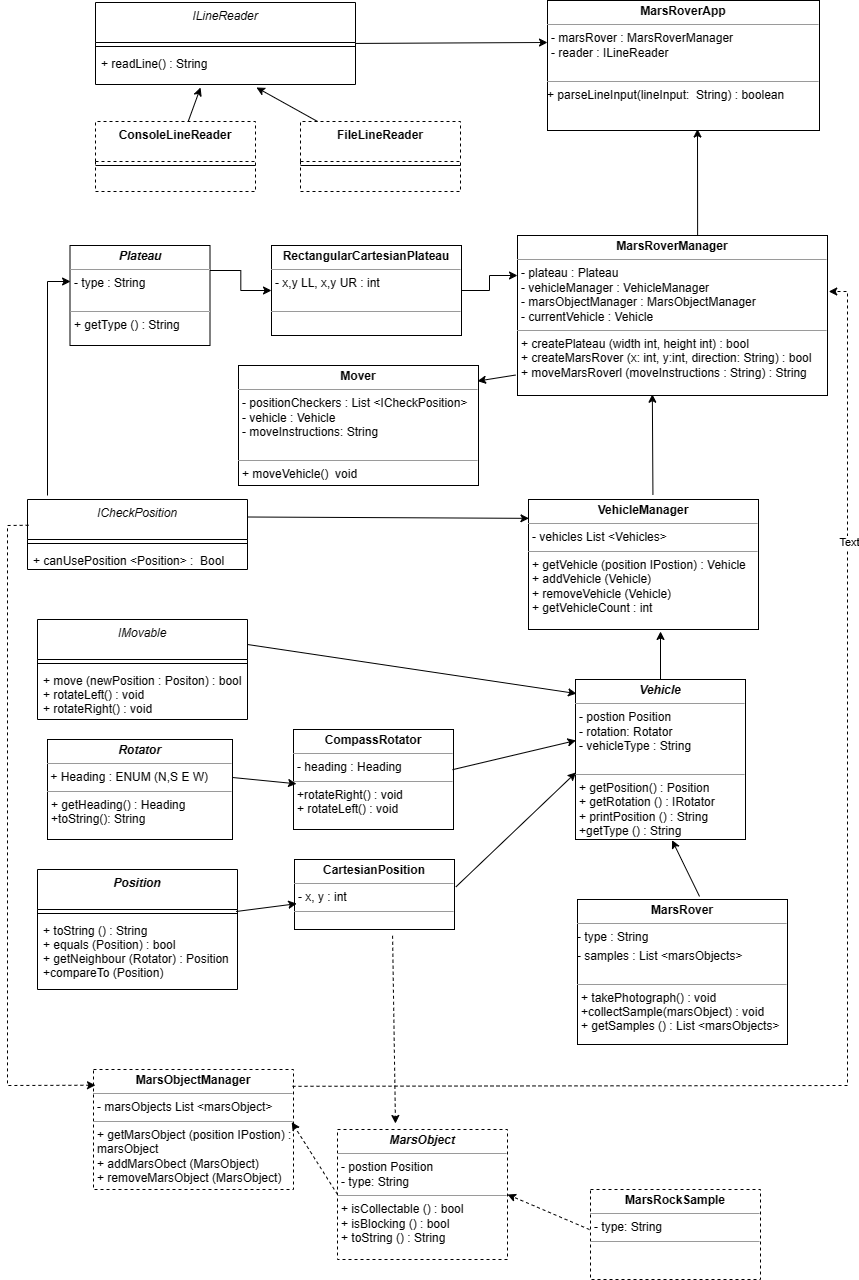
Above: Docs/Melody Mars Rover UML v3.png in adeyatz/melody-mars-rover-app (draw.io), before the change. Source tidied: cells renumbered, new cells last; positions are measured from the earlier drawing's top-left corner, leaving out a move shared by most shapes.
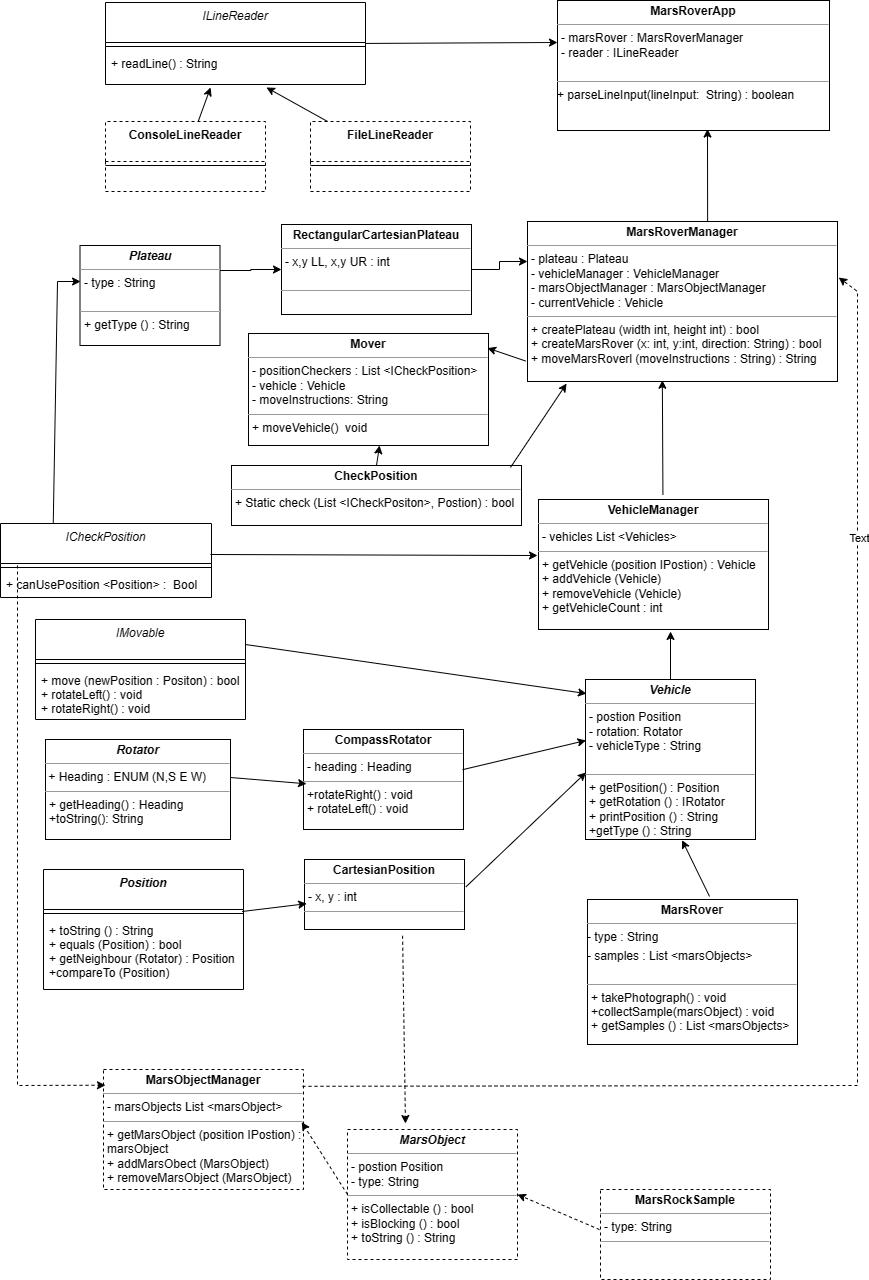
Above is the later version.

Commit message:
Mover(), CheckPosition(): Both classes implemented and tested. Other minor refactoring to aid testing

Diff of the diagram source:
```diff
@@ -6,10 +6,10 @@
       <mxGeometry relative="1" as="geometry" />
     </mxCell>
     <mxCell id="3" value="&lt;p style=&quot;margin:0px;margin-top:4px;text-align:center;&quot;&gt;&lt;b&gt;RectangularCartesianPlateau&lt;/b&gt;&lt;/p&gt;&lt;hr size=&quot;1&quot;&gt;&lt;p style=&quot;margin:0px;margin-left:4px;&quot;&gt;- x,y LL, x,y UR : int&lt;/p&gt;&lt;p style=&quot;margin:0px;margin-left:4px;&quot;&gt;&lt;br&gt;&lt;/p&gt;&lt;hr size=&quot;1&quot;&gt;&lt;p style=&quot;margin:0px;margin-left:4px;&quot;&gt;&lt;br&gt;&lt;/p&gt;" style="verticalAlign=top;align=left;overflow=fill;fontSize=12;fontFamily=Helvetica;html=1;whiteSpace=wrap;" parent="1" vertex="1">
-      <mxGeometry x="264" y="245" width="190" height="90" as="geometry" />
+      <mxGeometry x="264" y="224" width="190" height="90" as="geometry" />
     </mxCell>
     <mxCell id="4" value="Position" style="swimlane;fontStyle=3;align=center;verticalAlign=top;horizontal=1;startSize=40;rounded=0;shadow=0;strokeWidth=1;" parent="1" vertex="1">
-      <mxGeometry x="30" y="869" width="200" height="120" as="geometry" />
+      <mxGeometry x="26" y="869" width="200" height="120" as="geometry" />
     </mxCell>
     <mxCell id="5" style="line;html=1;strokeWidth=1;align=left;verticalAlign=middle;spacingTop=-1;spacingLeft=3;spacingRight=3;labelPosition=right;" parent="4" vertex="1">
       <mxGeometry y="40" width="200" height="8" as="geometry" />
@@ -30,7 +30,7 @@
       <mxGeometry x="568" y="679" width="170" height="160" as="geometry" />
     </mxCell>
     <mxCell id="11" value="&lt;p style=&quot;margin:0px;margin-top:4px;text-align:center;&quot;&gt;&lt;b&gt;MarsRoverManager&lt;/b&gt;&lt;/p&gt;&lt;hr size=&quot;1&quot;&gt;&lt;p style=&quot;margin:0px;margin-left:4px;&quot;&gt;- plateau : Plateau&lt;/p&gt;&lt;p style=&quot;margin:0px;margin-left:4px;&quot;&gt;- vehicleManager : VehicleManager&lt;br&gt;&lt;/p&gt;&lt;p style=&quot;margin:0px;margin-left:4px;&quot;&gt;- marsObjectManager : MarsObjectManager&lt;/p&gt;&lt;p style=&quot;margin:0px;margin-left:4px;&quot;&gt;- currentVehicle : Vehicle&lt;/p&gt;&lt;hr size=&quot;1&quot;&gt;&lt;p style=&quot;margin:0px;margin-left:4px;&quot;&gt;+ createPlateau (width int, height int) : bool&lt;/p&gt;&lt;p style=&quot;margin:0px;margin-left:4px;&quot;&gt;+ createMarsRover (x: int, y:int, direction: String) : bool&lt;/p&gt;&lt;p style=&quot;margin:0px;margin-left:4px;&quot;&gt;+ moveMarsRoverl (moveInstructions : String) : String&lt;/p&gt;" style="verticalAlign=top;align=left;overflow=fill;fontSize=12;fontFamily=Helvetica;html=1;whiteSpace=wrap;" parent="1" vertex="1">
-      <mxGeometry x="510" y="235" width="310" height="160" as="geometry" />
+      <mxGeometry x="510" y="221" width="310" height="160" as="geometry" />
     </mxCell>
     <mxCell id="12" style="endArrow=classic;html=1;rounded=0;exitX=0.541;exitY=-0.035;exitDx=0;exitDy=0;exitPerimeter=0;entryX=0.435;entryY=0.992;entryDx=0;entryDy=0;entryPerimeter=0;" parent="1" edge="1" source="9" target="11">
       <mxGeometry relative="1" as="geometry" />
@@ -77,16 +77,16 @@
       <mxGeometry relative="1" as="geometry" />
     </mxCell>
     <mxCell id="25" value="ICheckPosition" style="swimlane;fontStyle=2;align=center;verticalAlign=top;horizontal=1;startSize=40;rounded=0;shadow=0;strokeWidth=1;" parent="1" vertex="1">
-      <mxGeometry x="20" y="499" width="220" height="70" as="geometry" />
+      <mxGeometry x="-17" y="523" width="211" height="74" as="geometry" />
     </mxCell>
     <mxCell id="26" style="line;html=1;strokeWidth=1;align=left;verticalAlign=middle;spacingTop=-1;spacingLeft=3;spacingRight=3;labelPosition=right;" parent="25" vertex="1">
-      <mxGeometry y="40" width="220" height="8" as="geometry" />
+      <mxGeometry y="40" width="211" height="8" as="geometry" />
     </mxCell>
     <mxCell id="27" value="+ canUsePosition &lt;Position&gt; :  Bool" style="text;align=left;verticalAlign=top;spacingLeft=4;spacingRight=4;overflow=hidden;" parent="25" vertex="1">
-      <mxGeometry y="48" width="220" height="22" as="geometry" />
+      <mxGeometry y="48" width="211" height="22" as="geometry" />
     </mxCell>
     <mxCell id="28" value="IMovable" style="swimlane;fontStyle=2;align=center;verticalAlign=top;horizontal=1;startSize=40;rounded=0;shadow=0;strokeWidth=1;" parent="1" vertex="1">
-      <mxGeometry x="30" y="619" width="210" height="100" as="geometry" />
+      <mxGeometry x="18" y="619" width="210" height="100" as="geometry" />
     </mxCell>
     <mxCell id="29" style="line;html=1;strokeWidth=1;align=left;verticalAlign=middle;spacingTop=-1;spacingLeft=3;spacingRight=3;labelPosition=right;" parent="28" vertex="1">
       <mxGeometry y="40" width="210" height="8" as="geometry" />
@@ -97,9 +97,6 @@
     <mxCell id="31" style="endArrow=classic;html=1;rounded=0;exitX=1;exitY=0.25;exitDx=0;exitDy=0;entryX=0.006;entryY=0.088;entryDx=0;entryDy=0;entryPerimeter=0;" parent="1" edge="1" source="28" target="10">
       <mxGeometry relative="1" as="geometry" />
     </mxCell>
-    <mxCell id="32" style="endArrow=classic;html=1;rounded=0;exitX=1;exitY=0.25;exitDx=0;exitDy=0;entryX=0.002;entryY=0.145;entryDx=0;entryDy=0;entryPerimeter=0;" parent="1" edge="1" source="25" target="9">
-      <mxGeometry relative="1" as="geometry" />
-    </mxCell>
     <mxCell id="33" style="endArrow=classic;html=1;rounded=0;exitX=0.994;exitY=0.402;exitDx=0;exitDy=0;exitPerimeter=0;entryX=0.003;entryY=0.381;entryDx=0;entryDy=0;entryPerimeter=0;" parent="1" edge="1" source="8" target="10">
       <mxGeometry relative="1" as="geometry" />
     </mxCell>
@@ -146,16 +143,16 @@
     <mxCell id="45" style="endArrow=classic;html=1;rounded=0;entryX=0.341;entryY=-0.046;entryDx=0;entryDy=0;entryPerimeter=0;exitX=0.613;exitY=1.089;exitDx=0;exitDy=0;dashed=1;exitPerimeter=0;" parent="1" edge="1" source="7" target="39">
       <mxGeometry relative="1" as="geometry" />
     </mxCell>
-    <mxCell id="46" style="endArrow=classic;html=1;rounded=0;exitX=0.005;exitY=0.368;exitDx=0;exitDy=0;exitPerimeter=0;entryX=0.01;entryY=0.131;entryDx=0;entryDy=0;entryPerimeter=0;dashed=1;" parent="1" edge="1" source="25" target="38">
+    <mxCell id="46" style="endArrow=classic;html=1;rounded=0;entryX=0.01;entryY=0.131;entryDx=0;entryDy=0;entryPerimeter=0;dashed=1;" parent="1" edge="1" target="38">
       <mxGeometry relative="1" as="geometry">
+        <mxPoint y="565" as="sourcePoint" />
         <Array as="points">
-          <mxPoint y="525" />
           <mxPoint y="1085" />
         </Array>
       </mxGeometry>
     </mxCell>
-    <mxCell id="47" value="&lt;p style=&quot;margin:0px;margin-top:4px;text-align:center;&quot;&gt;&lt;b&gt;Mover&lt;/b&gt;&lt;/p&gt;&lt;hr size=&quot;1&quot;&gt;&lt;p style=&quot;margin:0px;margin-left:4px;&quot;&gt;- positionCheckers : List &amp;lt;ICheckPosition&amp;gt;&lt;/p&gt;&lt;p style=&quot;margin:0px;margin-left:4px;&quot;&gt;&lt;span style=&quot;background-color: initial;&quot;&gt;- vehicle : Vehicle&lt;/span&gt;&lt;/p&gt;&lt;p style=&quot;margin:0px;margin-left:4px;&quot;&gt;&lt;span style=&quot;background-color: initial;&quot;&gt;- moveInstructions: String&lt;/span&gt;&lt;br&gt;&lt;/p&gt;&lt;p style=&quot;margin:0px;margin-left:4px;&quot;&gt;&lt;br&gt;&lt;/p&gt;&lt;hr size=&quot;1&quot;&gt;&lt;p style=&quot;margin:0px;margin-left:4px;&quot;&gt;+ moveVehicle()&amp;nbsp; void&lt;/p&gt;" style="verticalAlign=top;align=left;overflow=fill;fontSize=12;fontFamily=Helvetica;html=1;whiteSpace=wrap;" parent="1" vertex="1">
-      <mxGeometry x="231" y="365" width="240" height="120" as="geometry" />
+    <mxCell id="47" value="&lt;p style=&quot;margin:0px;margin-top:4px;text-align:center;&quot;&gt;&lt;b&gt;Mover&lt;/b&gt;&lt;/p&gt;&lt;hr size=&quot;1&quot;&gt;&lt;p style=&quot;margin:0px;margin-left:4px;&quot;&gt;- positionCheckers : List &amp;lt;ICheckPosition&amp;gt;&lt;/p&gt;&lt;p style=&quot;margin:0px;margin-left:4px;&quot;&gt;&lt;span style=&quot;background-color: initial;&quot;&gt;- vehicle : Vehicle&lt;/span&gt;&lt;/p&gt;&lt;p style=&quot;margin:0px;margin-left:4px;&quot;&gt;&lt;span style=&quot;background-color: initial;&quot;&gt;- moveInstructions: String&lt;/span&gt;&lt;/p&gt;&lt;hr size=&quot;1&quot;&gt;&lt;p style=&quot;margin:0px;margin-left:4px;&quot;&gt;+ moveVehicle()&amp;nbsp; void&lt;/p&gt;" style="verticalAlign=top;align=left;overflow=fill;fontSize=12;fontFamily=Helvetica;html=1;whiteSpace=wrap;" parent="1" vertex="1">
+      <mxGeometry x="231" y="333" width="240" height="112" as="geometry" />
     </mxCell>
     <mxCell id="48" value="&lt;p style=&quot;margin:0px;margin-top:4px;text-align:center;&quot;&gt;&lt;b&gt;MarsRover&lt;/b&gt;&lt;/p&gt;&lt;hr size=&quot;1&quot;&gt;&lt;p style=&quot;border-color: var(--border-color); margin: 4px 0px 0px;&quot;&gt;- type : String&lt;br style=&quot;border-color: var(--border-color);&quot;&gt;&lt;/p&gt;&lt;p style=&quot;border-color: var(--border-color); margin: 4px 0px 0px;&quot;&gt;- samples : List &amp;lt;marsObjects&amp;gt;&lt;/p&gt;&lt;p style=&quot;margin:0px;margin-left:4px;&quot;&gt;&lt;br&gt;&lt;/p&gt;&lt;hr size=&quot;1&quot;&gt;&lt;p style=&quot;border-color: var(--border-color); margin: 0px 0px 0px 4px;&quot;&gt;+ takePhotograph() : void&lt;/p&gt;&lt;p style=&quot;border-color: var(--border-color); margin: 0px 0px 0px 4px;&quot;&gt;+collectSample(marsObject) : void&lt;/p&gt;&lt;p style=&quot;border-color: var(--border-color); margin: 0px 0px 0px 4px;&quot;&gt;+ getSamples () : List &amp;lt;marsObjects&amp;gt;&lt;/p&gt;" style="verticalAlign=top;align=left;overflow=fill;fontSize=12;fontFamily=Helvetica;html=1;whiteSpace=wrap;" parent="1" vertex="1">
       <mxGeometry x="570" y="899" width="210" height="145" as="geometry" />
@@ -166,9 +163,8 @@
     <mxCell id="50" value="&lt;p style=&quot;margin:0px;margin-top:4px;text-align:center;&quot;&gt;&lt;b&gt;&lt;i&gt;Plateau&lt;/i&gt;&lt;/b&gt;&lt;/p&gt;&lt;hr size=&quot;1&quot;&gt;&lt;p style=&quot;margin:0px;margin-left:4px;&quot;&gt;- type : String&lt;/p&gt;&lt;p style=&quot;margin:0px;margin-left:4px;&quot;&gt;&lt;br&gt;&lt;/p&gt;&lt;hr size=&quot;1&quot;&gt;&lt;p style=&quot;margin:0px;margin-left:4px;&quot;&gt;+ getType () : String&lt;/p&gt;" style="verticalAlign=top;align=left;overflow=fill;fontSize=12;fontFamily=Helvetica;html=1;whiteSpace=wrap;" parent="1" vertex="1">
       <mxGeometry x="62.5" y="245" width="140" height="100" as="geometry" />
     </mxCell>
-    <mxCell id="51" style="endArrow=classic;html=1;rounded=0;entryX=0.004;entryY=0.36;entryDx=0;entryDy=0;entryPerimeter=0;" parent="1" edge="1" target="50">
+    <mxCell id="51" style="endArrow=classic;html=1;rounded=0;entryX=0.004;entryY=0.36;entryDx=0;entryDy=0;entryPerimeter=0;exitX=0.25;exitY=0;exitDx=0;exitDy=0;" parent="1" edge="1" source="25" target="50">
       <mxGeometry relative="1" as="geometry">
-        <mxPoint x="40" y="495" as="sourcePoint" />
         <Array as="points">
           <mxPoint x="40" y="281" />
         </Array>
@@ -178,10 +174,24 @@
       <mxGeometry relative="1" as="geometry" />
     </mxCell>
     <mxCell id="53" value="&lt;p style=&quot;margin:0px;margin-top:4px;text-align:center;&quot;&gt;&lt;b&gt;&lt;i&gt;Rotator&lt;/i&gt;&lt;/b&gt;&lt;/p&gt;&lt;hr size=&quot;1&quot;&gt;&lt;p style=&quot;border-color: var(--border-color); margin: 4px 0px 0px;&quot;&gt;&lt;span style=&quot;background-color: initial;&quot;&gt;&amp;nbsp;+ Heading : ENUM (N,S E W)&lt;/span&gt;&lt;br&gt;&lt;/p&gt;&lt;hr size=&quot;1&quot;&gt;&lt;p style=&quot;border-color: var(--border-color); margin: 0px 0px 0px 4px;&quot;&gt;+ getHeading() : Heading&lt;/p&gt;&lt;p style=&quot;border-color: var(--border-color); margin: 0px 0px 0px 4px;&quot;&gt;&lt;span style=&quot;background-color: initial;&quot;&gt;+toString(): String&lt;/span&gt;&lt;/p&gt;&lt;p style=&quot;border-color: var(--border-color); margin: 0px 0px 0px 4px;&quot;&gt;&lt;br&gt;&lt;/p&gt;" style="verticalAlign=top;align=left;overflow=fill;fontSize=12;fontFamily=Helvetica;html=1;whiteSpace=wrap;" parent="1" vertex="1">
-      <mxGeometry x="40" y="739" width="185" height="100" as="geometry" />
+      <mxGeometry x="28" y="739" width="185" height="100" as="geometry" />
     </mxCell>
     <mxCell id="54" style="endArrow=classic;html=1;rounded=0;exitX=1;exitY=0.38;exitDx=0;exitDy=0;exitPerimeter=0;entryX=0.019;entryY=0.543;entryDx=0;entryDy=0;entryPerimeter=0;" parent="1" edge="1" source="53" target="8">
       <mxGeometry relative="1" as="geometry" />
     </mxCell>
+    <mxCell id="55" value="&lt;p style=&quot;margin:0px;margin-top:4px;text-align:center;&quot;&gt;&lt;b&gt;CheckPosition&lt;/b&gt;&lt;/p&gt;&lt;hr size=&quot;1&quot;&gt;&lt;p style=&quot;margin:0px;margin-left:4px;&quot;&gt;&lt;/p&gt;&lt;p style=&quot;margin:0px;margin-left:4px;&quot;&gt;+ Static check (List &amp;lt;ICheckPositon&amp;gt;, Postion) : bool&lt;/p&gt;" style="verticalAlign=top;align=left;overflow=fill;fontSize=12;fontFamily=Helvetica;html=1;whiteSpace=wrap;" parent="1" vertex="1">
+      <mxGeometry x="214" y="465" width="290" height="60" as="geometry" />
+    </mxCell>
+    <mxCell id="56" style="endArrow=classic;html=1;rounded=0;exitX=0.995;exitY=0.419;exitDx=0;exitDy=0;exitPerimeter=0;" parent="1" edge="1" source="25">
+      <mxGeometry relative="1" as="geometry">
+        <mxPoint x="520" y="555" as="targetPoint" />
+      </mxGeometry>
+    </mxCell>
+    <mxCell id="57" style="endArrow=classic;html=1;rounded=0;entryX=0.126;entryY=1.013;entryDx=0;entryDy=0;entryPerimeter=0;exitX=0.962;exitY=0.033;exitDx=0;exitDy=0;exitPerimeter=0;" parent="1" edge="1" source="55" target="11">
+      <mxGeometry relative="1" as="geometry" />
+    </mxCell>
+    <mxCell id="58" style="endArrow=classic;html=1;rounded=0;entryX=0.546;entryY=1;entryDx=0;entryDy=0;entryPerimeter=0;exitX=0.5;exitY=0;exitDx=0;exitDy=0;" parent="1" edge="1" source="55" target="47">
+      <mxGeometry relative="1" as="geometry" />
+    </mxCell>
   </root>
 </mxGraphModel>
```
